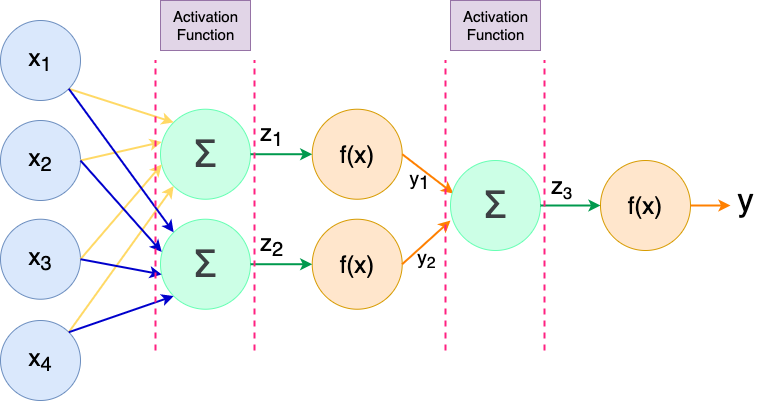
emiliohdez/NeuralNetworks_Bootcamp keeps this draw.io diagram as img/activation_function.png. Above is the earlier version. Source tidied: cells renumbered, new cells last; positions are measured from the earlier drawing's top-left corner, leaving out a move shared by most shapes.
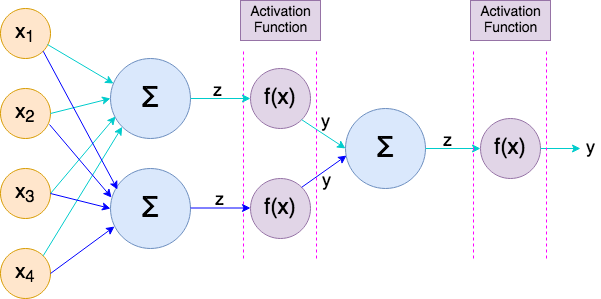
The same diagram one commit later.

Commit message:
completed activation functions

Diff of the diagram source:
```diff
@@ -2,127 +2,136 @@
   <root>
     <mxCell id="0" />
     <mxCell id="1" parent="0" />
+    <mxCell id="38" style="endArrow=none;dashed=1;html=1;strokeColor=#FF00FF;strokeWidth=1;fontSize=18;" parent="1" edge="1">
+      <mxGeometry relative="1" as="geometry">
+        <mxPoint x="243" y="300" as="sourcePoint" />
+        <mxPoint x="243" y="90" as="targetPoint" />
+      </mxGeometry>
+    </mxCell>
+    <mxCell id="39" style="endArrow=none;dashed=1;html=1;strokeColor=#FF00FF;strokeWidth=1;fontSize=18;" parent="1" edge="1">
+      <mxGeometry relative="1" as="geometry">
+        <mxPoint x="316" y="300" as="sourcePoint" />
+        <mxPoint x="316" y="90" as="targetPoint" />
+      </mxGeometry>
+    </mxCell>
+    <mxCell id="5" value="x&lt;sub&gt;1&lt;/sub&gt;" style="ellipse;whiteSpace=wrap;html=1;fontSize=20;fillColor=#ffe6cc;strokeColor=#d79b00;" parent="1" vertex="1">
+      <mxGeometry y="50" width="50" height="50" as="geometry" />
+    </mxCell>
+    <mxCell id="4" value="x&lt;sub&gt;3&lt;/sub&gt;" style="ellipse;whiteSpace=wrap;html=1;fontSize=20;fillColor=#ffe6cc;strokeColor=#d79b00;" parent="1" vertex="1">
+      <mxGeometry y="210" width="50" height="50" as="geometry" />
+    </mxCell>
+    <mxCell id="3" value="x&lt;sub&gt;4&lt;/sub&gt;" style="ellipse;whiteSpace=wrap;html=1;fontSize=20;fillColor=#ffe6cc;strokeColor=#d79b00;" parent="1" vertex="1">
+      <mxGeometry y="290" width="50" height="50" as="geometry" />
+    </mxCell>
-    <mxCell id="2" value="x&lt;span style=&quot;font-size: 24px&quot;&gt;&lt;sub&gt;2&lt;/sub&gt;&lt;/span&gt;" style="ellipse;whiteSpace=wrap;html=1;fontSize=24;fontFamily=Helvetica;fillColor=#dae8fc;strokeColor=#6c8ebf;" parent="1" vertex="1">
-      <mxGeometry y="120" width="80" height="80" as="geometry" />
+    <mxCell id="2" value="x&lt;sub&gt;2&lt;/sub&gt;" style="ellipse;whiteSpace=wrap;html=1;fontSize=20;fillColor=#ffe6cc;strokeColor=#d79b00;" parent="1" vertex="1">
+      <mxGeometry y="130" width="50" height="50" as="geometry" />
     </mxCell>
-    <mxCell id="3" value="x&lt;span style=&quot;font-size: 24px&quot;&gt;&lt;sub&gt;4&lt;/sub&gt;&lt;/span&gt;" style="ellipse;whiteSpace=wrap;html=1;fontSize=24;fontFamily=Helvetica;fillColor=#dae8fc;strokeColor=#6c8ebf;" parent="1" vertex="1">
-      <mxGeometry y="320" width="80" height="80" as="geometry" />
-    </mxCell>
-    <mxCell id="4" value="x&lt;span style=&quot;font-size: 24px&quot;&gt;&lt;sub&gt;3&lt;/sub&gt;&lt;/span&gt;" style="ellipse;whiteSpace=wrap;html=1;fontSize=24;fontFamily=Helvetica;fillColor=#dae8fc;strokeColor=#6c8ebf;" parent="1" vertex="1">
-      <mxGeometry y="218.7" width="80" height="80" as="geometry" />
-    </mxCell>
-    <mxCell id="5" value="&lt;span style=&quot;font-size: 24px&quot;&gt;x&lt;span style=&quot;font-size: 24px&quot;&gt;&lt;sub&gt;1&lt;/sub&gt;&lt;/span&gt;&lt;/span&gt;" style="ellipse;whiteSpace=wrap;html=1;fontSize=24;fontFamily=Helvetica;fillColor=#dae8fc;strokeColor=#6c8ebf;" parent="1" vertex="1">
-      <mxGeometry y="20" width="80" height="80" as="geometry" />
-    </mxCell>
-    <mxCell id="6" value="&lt;span style=&quot;color: rgb(60 , 64 , 67) ; font-family: &amp;#34;arial&amp;#34; , sans-serif ; font-size: 38px ; text-align: left ; white-space: normal ; background-color: rgb(204 , 255 , 230)&quot;&gt;Σ&lt;/span&gt;" style="ellipse;whiteSpace=wrap;html=1;fontSize=38;fillColor=#CCFFE6;strokeColor=#66FFB3;" parent="1" vertex="1">
-      <mxGeometry x="160" y="108.7" width="90" height="90" as="geometry" />
-    </mxCell>
-    <mxCell id="7" value="f(x)" style="ellipse;whiteSpace=wrap;html=1;fontSize=24;fillColor=#ffe6cc;strokeColor=#d79b00;" parent="1" vertex="1">
-      <mxGeometry x="311.7" y="108.7" width="90" height="90" as="geometry" />
-    </mxCell>
-    <mxCell id="8" style="endArrow=classic;html=1;fontFamily=Helvetica;fontSize=24;exitX=1;exitY=1;exitDx=0;exitDy=0;entryX=0;entryY=0;entryDx=0;entryDy=0;strokeColor=#FFD966;strokeWidth=2;" parent="1" edge="1" source="5" target="6">
-      <mxGeometry relative="1" as="geometry" />
-    </mxCell>
-    <mxCell id="9" style="endArrow=classic;html=1;fontFamily=Helvetica;fontSize=24;exitX=1;exitY=0;exitDx=0;exitDy=0;entryX=0;entryY=1;entryDx=0;entryDy=0;strokeColor=#FFD966;strokeWidth=2;" parent="1" edge="1" source="3" target="6">
-      <mxGeometry relative="1" as="geometry" />
-    </mxCell>
-    <mxCell id="10" style="endArrow=classic;html=1;fontFamily=Helvetica;fontSize=24;exitX=1;exitY=0.5;exitDx=0;exitDy=0;entryX=0.014;entryY=0.364;entryDx=0;entryDy=0;entryPerimeter=0;strokeColor=#FFD966;strokeWidth=2;" parent="1" edge="1" source="2" target="6">
-      <mxGeometry relative="1" as="geometry" />
-    </mxCell>
-    <mxCell id="11" style="endArrow=classic;html=1;fontFamily=Helvetica;fontSize=24;exitX=1;exitY=0.5;exitDx=0;exitDy=0;entryX=0.014;entryY=0.614;entryDx=0;entryDy=0;entryPerimeter=0;strokeColor=#FFD966;strokeWidth=2;" parent="1" edge="1" source="4" target="6">
-      <mxGeometry relative="1" as="geometry" />
-    </mxCell>
-    <mxCell id="12" style="endArrow=classic;html=1;strokeColor=#00994D;strokeWidth=2;fontFamily=Helvetica;fontSize=24;entryX=0;entryY=0.5;entryDx=0;entryDy=0;exitX=1;exitY=0.5;exitDx=0;exitDy=0;" parent="1" edge="1" source="6" target="7">
-      <mxGeometry relative="1" as="geometry" />
-    </mxCell>
-    <mxCell id="13" value="z&lt;sub&gt;1&lt;/sub&gt;" style="text;html=1;align=center;verticalAlign=middle;labelBackgroundColor=#ffffff;fontSize=24;fontFamily=Helvetica;spacingTop=-36;" parent="12" vertex="1">
-      <mxGeometry x="-0.34" y="1" relative="1" as="geometry" />
-    </mxCell>
-    <mxCell id="14" style="endArrow=classic;html=1;strokeColor=#FF8000;strokeWidth=2;fontFamily=Helvetica;fontSize=24;exitX=1;exitY=0.5;exitDx=0;exitDy=0;entryX=0.033;entryY=0.367;entryDx=0;entryDy=0;entryPerimeter=0;" parent="1" edge="1" source="7" target="26">
-      <mxGeometry relative="1" as="geometry" />
-    </mxCell>
-    <mxCell id="15" value="y&lt;sub style=&quot;font-size: 19px;&quot;&gt;1&lt;/sub&gt;" style="text;html=1;align=center;verticalAlign=middle;labelBackgroundColor=none;fontSize=19;fontFamily=Helvetica;spacingLeft=4;spacingTop=24;" parent="14" vertex="1">
-      <mxGeometry x="-0.37" y="-1" relative="1" as="geometry" />
-    </mxCell>
-    <mxCell id="16" value="&lt;span style=&quot;color: rgb(60 , 64 , 67) ; font-family: &amp;#34;arial&amp;#34; , sans-serif ; font-size: 38px ; text-align: left ; white-space: normal ; background-color: rgb(204 , 255 , 230)&quot;&gt;Σ&lt;/span&gt;" style="ellipse;whiteSpace=wrap;html=1;fontSize=38;fillColor=#CCFFE6;strokeColor=#66FFB3;" parent="1" vertex="1">
-      <mxGeometry x="160" y="218.7" width="90" height="90" as="geometry" />
-    </mxCell>
-    <mxCell id="17" value="f(x)" style="ellipse;whiteSpace=wrap;html=1;fontSize=24;fillColor=#ffe6cc;strokeColor=#d79b00;" parent="1" vertex="1">
-      <mxGeometry x="311.7" y="218.7" width="90" height="90" as="geometry" />
-    </mxCell>
-    <mxCell id="18" style="endArrow=classic;html=1;fontFamily=Helvetica;fontSize=24;exitX=1;exitY=1;exitDx=0;exitDy=0;entryX=0;entryY=0;entryDx=0;entryDy=0;strokeColor=#0000CC;strokeWidth=2;" parent="1" edge="1" source="5" target="16">
-      <mxGeometry relative="1" as="geometry" />
-    </mxCell>
-    <mxCell id="19" style="endArrow=classic;html=1;fontFamily=Helvetica;fontSize=24;exitX=1;exitY=0;exitDx=0;exitDy=0;entryX=0;entryY=1;entryDx=0;entryDy=0;strokeColor=#0000CC;strokeWidth=2;" parent="1" edge="1" source="3" target="16">
-      <mxGeometry relative="1" as="geometry" />
-    </mxCell>
-    <mxCell id="20" style="endArrow=classic;html=1;fontFamily=Helvetica;fontSize=24;exitX=1;exitY=0.5;exitDx=0;exitDy=0;entryX=0.014;entryY=0.364;entryDx=0;entryDy=0;entryPerimeter=0;strokeColor=#0000CC;strokeWidth=2;" parent="1" edge="1" source="2" target="16">
-      <mxGeometry relative="1" as="geometry" />
-    </mxCell>
-    <mxCell id="21" style="endArrow=classic;html=1;fontFamily=Helvetica;fontSize=24;exitX=1;exitY=0.5;exitDx=0;exitDy=0;entryX=0.014;entryY=0.614;entryDx=0;entryDy=0;entryPerimeter=0;strokeColor=#0000CC;strokeWidth=2;" parent="1" edge="1" source="4" target="16">
-      <mxGeometry relative="1" as="geometry" />
-    </mxCell>
-    <mxCell id="22" style="endArrow=classic;html=1;strokeColor=#00994D;strokeWidth=2;fontFamily=Helvetica;fontSize=24;entryX=0;entryY=0.5;entryDx=0;entryDy=0;exitX=1;exitY=0.5;exitDx=0;exitDy=0;" parent="1" edge="1" source="16" target="17">
-      <mxGeometry relative="1" as="geometry" />
-    </mxCell>
-    <mxCell id="23" value="z&lt;sub&gt;2&lt;/sub&gt;" style="text;html=1;align=center;verticalAlign=middle;labelBackgroundColor=#ffffff;fontSize=24;fontFamily=Helvetica;spacingTop=-37;" parent="22" vertex="1">
-      <mxGeometry x="-0.34" y="1" relative="1" as="geometry" />
-    </mxCell>
-    <mxCell id="24" style="endArrow=classic;html=1;strokeColor=#FF8000;strokeWidth=2;fontFamily=Helvetica;fontSize=24;exitX=1;exitY=0.5;exitDx=0;exitDy=0;entryX=0;entryY=0.667;entryDx=0;entryDy=0;entryPerimeter=0;" parent="1" edge="1" source="17" target="26">
-      <mxGeometry relative="1" as="geometry" />
-    </mxCell>
-    <mxCell id="25" value="y&lt;sub&gt;2&lt;/sub&gt;" style="text;html=1;align=center;verticalAlign=middle;labelBackgroundColor=none;fontSize=19;fontFamily=Helvetica;spacingLeft=3;spacingTop=27;" parent="24" vertex="1">
-      <mxGeometry x="-0.09" relative="1" as="geometry" />
-    </mxCell>
-    <mxCell id="26" value="&lt;span style=&quot;color: rgb(60 , 64 , 67) ; font-family: &amp;#34;arial&amp;#34; , sans-serif ; font-size: 38px ; text-align: left ; white-space: normal ; background-color: rgb(204 , 255 , 230)&quot;&gt;Σ&lt;/span&gt;" style="ellipse;whiteSpace=wrap;html=1;fontSize=38;fillColor=#CCFFE6;strokeColor=#66FFB3;" parent="1" vertex="1">
-      <mxGeometry x="450" y="160" width="90" height="90" as="geometry" />
-    </mxCell>
-    <mxCell id="27" value="f(x)" style="ellipse;whiteSpace=wrap;html=1;fontSize=24;fillColor=#ffe6cc;strokeColor=#d79b00;" parent="1" vertex="1">
-      <mxGeometry x="600" y="160" width="90" height="90" as="geometry" />
-    </mxCell>
-    <mxCell id="28" style="endArrow=classic;html=1;strokeColor=#00994D;strokeWidth=2;fontFamily=Helvetica;fontSize=24;entryX=0;entryY=0.5;entryDx=0;entryDy=0;exitX=1;exitY=0.5;exitDx=0;exitDy=0;" parent="1" edge="1" source="26" target="27">
-      <mxGeometry relative="1" as="geometry" />
-    </mxCell>
-    <mxCell id="29" value="z&lt;span style=&quot;font-size: 20px&quot;&gt;&lt;sub&gt;3&lt;/sub&gt;&lt;/span&gt;" style="text;html=1;align=center;verticalAlign=middle;labelBackgroundColor=#ffffff;fontSize=24;fontFamily=Helvetica;spacingTop=-36;" parent="28" vertex="1">
-      <mxGeometry x="-0.34" y="1" relative="1" as="geometry" />
-    </mxCell>
-    <mxCell id="30" style="endArrow=classic;html=1;strokeColor=#FF8000;strokeWidth=2;fontFamily=Helvetica;fontSize=24;exitX=1;exitY=0.5;exitDx=0;exitDy=0;" parent="1" edge="1" source="27">
-      <mxGeometry relative="1" as="geometry">
-        <mxPoint x="730" y="205" as="targetPoint" />
-      </mxGeometry>
-    </mxCell>
-    <mxCell id="31" value="y" style="text;html=1;align=center;verticalAlign=middle;fontSize=32;fontFamily=Helvetica;" parent="1" vertex="1">
-      <mxGeometry x="730" y="178.7" width="30" height="40" as="geometry" />
-    </mxCell>
-    <mxCell id="32" value="Activation&lt;br style=&quot;font-size: 15px;&quot;&gt;Function" style="text;html=1;align=center;verticalAlign=middle;fontSize=15;fontFamily=Helvetica;fillColor=#e1d5e7;strokeColor=#9673a6;spacingTop=0;spacing=4;" parent="1" vertex="1">
-      <mxGeometry x="160" width="90" height="50" as="geometry" />
-    </mxCell>
-    <mxCell id="33" style="endArrow=none;dashed=1;html=1;strokeColor=#FF2181;strokeWidth=2;fontFamily=Helvetica;fontSize=17;" parent="1" edge="1">
-      <mxGeometry relative="1" as="geometry">
-        <mxPoint x="155" y="350" as="sourcePoint" />
-        <mxPoint x="155" y="60" as="targetPoint" />
-      </mxGeometry>
-    </mxCell>
-    <mxCell id="34" style="endArrow=none;dashed=1;html=1;strokeColor=#FF2181;strokeWidth=2;fontFamily=Helvetica;fontSize=17;" parent="1" edge="1">
-      <mxGeometry relative="1" as="geometry">
-        <mxPoint x="254" y="350" as="sourcePoint" />
-        <mxPoint x="254" y="60" as="targetPoint" />
-      </mxGeometry>
-    </mxCell>
-    <mxCell id="35" style="endArrow=none;dashed=1;html=1;strokeColor=#FF2181;strokeWidth=2;fontFamily=Helvetica;fontSize=17;" parent="1" edge="1">
-      <mxGeometry relative="1" as="geometry">
-        <mxPoint x="445" y="350" as="sourcePoint" />
-        <mxPoint x="445" y="60" as="targetPoint" />
-      </mxGeometry>
-    </mxCell>
-    <mxCell id="36" style="endArrow=none;dashed=1;html=1;strokeColor=#FF2181;strokeWidth=2;fontFamily=Helvetica;fontSize=17;" parent="1" edge="1">
-      <mxGeometry relative="1" as="geometry">
-        <mxPoint x="544" y="350" as="sourcePoint" />
-        <mxPoint x="544" y="60" as="targetPoint" />
-      </mxGeometry>
-    </mxCell>
-    <mxCell id="37" value="Activation&lt;br style=&quot;font-size: 15px;&quot;&gt;Function" style="text;html=1;align=center;verticalAlign=middle;fontSize=15;fontFamily=Helvetica;fillColor=#e1d5e7;strokeColor=#9673a6;spacingTop=0;spacing=4;" parent="1" vertex="1">
-      <mxGeometry x="450" width="90" height="50" as="geometry" />
-    </mxCell>
+    <mxCell id="40" value="&lt;span class=&quot;st&quot; style=&quot;font-size: 29px;&quot;&gt;Σ&lt;/span&gt;" style="ellipse;whiteSpace=wrap;html=1;fontSize=29;fillColor=#dae8fc;strokeColor=#6c8ebf;" parent="1" vertex="1">
+      <mxGeometry x="110" y="100" width="80" height="80" as="geometry" />
+    </mxCell>
+    <mxCell id="41" value="&lt;span class=&quot;st&quot; style=&quot;font-size: 29px;&quot;&gt;Σ&lt;/span&gt;" style="ellipse;whiteSpace=wrap;html=1;fontSize=29;fillColor=#dae8fc;strokeColor=#6c8ebf;" parent="1" vertex="1">
+      <mxGeometry x="110" y="210" width="80" height="80" as="geometry" />
+    </mxCell>
+    <mxCell id="42" value="f(x)" style="ellipse;whiteSpace=wrap;html=1;fontSize=22;fillColor=#e1d5e7;strokeColor=#9673a6;" parent="1" vertex="1">
+      <mxGeometry x="250" y="110" width="60" height="60" as="geometry" />
+    </mxCell>
+    <mxCell id="43" value="f(x)" style="ellipse;whiteSpace=wrap;html=1;fontSize=22;fillColor=#e1d5e7;strokeColor=#9673a6;" parent="1" vertex="1">
+      <mxGeometry x="250" y="220" width="60" height="60" as="geometry" />
+    </mxCell>
+    <mxCell id="44" style="endArrow=classic;html=1;fontSize=22;exitX=0.94;exitY=0.72;exitDx=0;exitDy=0;exitPerimeter=0;entryX=0.038;entryY=0.313;entryDx=0;entryDy=0;entryPerimeter=0;strokeWidth=1;strokeColor=#00CCCC;" parent="1" edge="1" source="5" target="40">
+      <mxGeometry relative="1" as="geometry" />
+    </mxCell>
+    <mxCell id="45" style="endArrow=classic;html=1;fontSize=22;exitX=1;exitY=0.5;exitDx=0;exitDy=0;entryX=0;entryY=0.5;entryDx=0;entryDy=0;strokeWidth=1;strokeColor=#00CCCC;" parent="1" edge="1" source="2" target="40">
+      <mxGeometry relative="1" as="geometry" />
+    </mxCell>
+    <mxCell id="46" style="endArrow=classic;html=1;fontSize=22;exitX=1;exitY=0.5;exitDx=0;exitDy=0;entryX=0.063;entryY=0.725;entryDx=0;entryDy=0;entryPerimeter=0;strokeWidth=1;strokeColor=#00CCCC;" parent="1" edge="1" source="4" target="40">
+      <mxGeometry relative="1" as="geometry" />
+    </mxCell>
+    <mxCell id="47" style="endArrow=classic;html=1;fontSize=22;exitX=1;exitY=0;exitDx=0;exitDy=0;entryX=0;entryY=1;entryDx=0;entryDy=0;strokeWidth=1;strokeColor=#00CCCC;" parent="1" edge="1" source="3" target="40">
+      <mxGeometry relative="1" as="geometry" />
+    </mxCell>
+    <mxCell id="48" style="endArrow=classic;html=1;fontSize=22;exitX=1;exitY=1;exitDx=0;exitDy=0;entryX=0.088;entryY=0.263;entryDx=0;entryDy=0;entryPerimeter=0;strokeWidth=1;strokeColor=#0000FF;" parent="1" edge="1" source="5" target="41">
+      <mxGeometry relative="1" as="geometry" />
+    </mxCell>
+    <mxCell id="49" style="endArrow=classic;html=1;fontSize=22;exitX=0.98;exitY=0.72;exitDx=0;exitDy=0;entryX=0.013;entryY=0.363;entryDx=0;entryDy=0;strokeWidth=1;strokeColor=#0000FF;exitPerimeter=0;entryPerimeter=0;" parent="1" edge="1" source="2" target="41">
+      <mxGeometry relative="1" as="geometry" />
+    </mxCell>
+    <mxCell id="50" style="endArrow=classic;html=1;fontSize=22;exitX=1;exitY=0.5;exitDx=0;exitDy=0;entryX=0;entryY=0.5;entryDx=0;entryDy=0;strokeWidth=1;strokeColor=#0000FF;" parent="1" edge="1" source="4" target="41">
+      <mxGeometry relative="1" as="geometry" />
+    </mxCell>
+    <mxCell id="51" style="endArrow=classic;html=1;fontSize=22;entryX=0.05;entryY=0.725;entryDx=0;entryDy=0;strokeWidth=1;strokeColor=#0000FF;exitX=1;exitY=0.5;exitDx=0;exitDy=0;entryPerimeter=0;" parent="1" edge="1" source="3" target="41">
+      <mxGeometry relative="1" as="geometry" />
+    </mxCell>
+    <mxCell id="52" style="endArrow=classic;html=1;strokeColor=#00CCCC;strokeWidth=1;fontSize=22;exitX=1;exitY=0.5;exitDx=0;exitDy=0;entryX=0;entryY=0.5;entryDx=0;entryDy=0;" parent="1" edge="1" source="40" target="42">
+      <mxGeometry relative="1" as="geometry" />
+    </mxCell>
+    <mxCell id="53" value="z" style="text;html=1;align=center;verticalAlign=middle;labelBackgroundColor=none;fontSize=18;spacingTop=-12;" parent="52" vertex="1">
+      <mxGeometry x="-0.13" y="2" relative="1" as="geometry" />
+    </mxCell>
+    <mxCell id="54" style="endArrow=classic;html=1;strokeColor=#0000FF;strokeWidth=1;fontSize=22;exitX=1;exitY=0.5;exitDx=0;exitDy=0;entryX=0;entryY=0.5;entryDx=0;entryDy=0;" parent="1" edge="1">
+      <mxGeometry relative="1" as="geometry">
+        <mxPoint x="190" y="249.5" as="sourcePoint" />
+        <mxPoint x="250" y="249.5" as="targetPoint" />
+      </mxGeometry>
+    </mxCell>
+    <mxCell id="55" value="z" style="text;html=1;align=center;verticalAlign=middle;labelBackgroundColor=none;fontSize=18;spacingTop=-12;" parent="54" vertex="1">
+      <mxGeometry x="-0.07" y="3" relative="1" as="geometry">
+        <mxPoint y="1" as="offset" />
+      </mxGeometry>
+    </mxCell>
+    <mxCell id="56" value="&lt;span class=&quot;st&quot; style=&quot;font-size: 29px;&quot;&gt;Σ&lt;/span&gt;" style="ellipse;whiteSpace=wrap;html=1;fontSize=29;fillColor=#dae8fc;strokeColor=#6c8ebf;" parent="1" vertex="1">
+      <mxGeometry x="345" y="150" width="80" height="80" as="geometry" />
+    </mxCell>
+    <mxCell id="57" style="endArrow=classic;html=1;strokeColor=#00CCCC;strokeWidth=1;fontSize=18;exitX=1;exitY=1;exitDx=0;exitDy=0;entryX=0;entryY=0.5;entryDx=0;entryDy=0;" parent="1" edge="1" source="42" target="56">
+      <mxGeometry relative="1" as="geometry" />
+    </mxCell>
+    <mxCell id="58" value="y" style="text;html=1;align=center;verticalAlign=middle;labelBackgroundColor=none;fontSize=18;spacingTop=-12;spacingLeft=10;" parent="57" vertex="1">
+      <mxGeometry x="-0.25" y="2" relative="1" as="geometry">
+        <mxPoint y="-1" as="offset" />
+      </mxGeometry>
+    </mxCell>
+    <mxCell id="59" style="endArrow=classic;html=1;strokeColor=#0000FF;strokeWidth=1;fontSize=18;exitX=1;exitY=0;exitDx=0;exitDy=0;entryX=0.013;entryY=0.588;entryDx=0;entryDy=0;entryPerimeter=0;" parent="1" edge="1" source="43" target="56">
+      <mxGeometry relative="1" as="geometry" />
+    </mxCell>
+    <mxCell id="60" value="y" style="text;html=1;align=center;verticalAlign=middle;labelBackgroundColor=none;fontSize=18;spacingTop=-12;spacingLeft=10;" parent="1" vertex="1">
+      <mxGeometry x="320" y="230" as="geometry">
+        <mxPoint y="-1" as="offset" />
+      </mxGeometry>
+    </mxCell>
+    <mxCell id="61" value="f(x)" style="ellipse;whiteSpace=wrap;html=1;fontSize=22;fillColor=#e1d5e7;strokeColor=#9673a6;" parent="1" vertex="1">
+      <mxGeometry x="480" y="160" width="60" height="60" as="geometry" />
+    </mxCell>
+    <mxCell id="62" style="endArrow=classic;html=1;strokeColor=#00CCCC;strokeWidth=1;fontSize=18;entryX=0;entryY=0.5;entryDx=0;entryDy=0;exitX=1;exitY=0.5;exitDx=0;exitDy=0;" parent="1" edge="1" source="56" target="61">
+      <mxGeometry relative="1" as="geometry" />
+    </mxCell>
+    <mxCell id="63" value="z" style="text;html=1;align=center;verticalAlign=middle;labelBackgroundColor=none;fontSize=18;spacingTop=-12;" parent="62" vertex="1">
+      <mxGeometry x="-0.24" y="2" relative="1" as="geometry" />
+    </mxCell>
+    <mxCell id="64" style="endArrow=classic;html=1;strokeColor=#00CCCC;strokeWidth=1;fontSize=18;exitX=1;exitY=0.5;exitDx=0;exitDy=0;" parent="1" edge="1" source="61">
+      <mxGeometry relative="1" as="geometry">
+        <mxPoint x="580" y="190" as="targetPoint" />
+      </mxGeometry>
+    </mxCell>
+    <mxCell id="65" value="y" style="text;html=1;align=center;verticalAlign=middle;fontSize=18;" parent="1" vertex="1">
+      <mxGeometry x="580" y="175" width="20" height="30" as="geometry" />
+    </mxCell>
+    <mxCell id="66" style="endArrow=none;dashed=1;html=1;strokeColor=#FF00FF;strokeWidth=1;fontSize=18;" parent="1" edge="1">
+      <mxGeometry relative="1" as="geometry">
+        <mxPoint x="473" y="300" as="sourcePoint" />
+        <mxPoint x="473" y="90" as="targetPoint" />
+      </mxGeometry>
+    </mxCell>
+    <mxCell id="67" style="endArrow=none;dashed=1;html=1;strokeColor=#FF00FF;strokeWidth=1;fontSize=18;" parent="1" edge="1">
+      <mxGeometry relative="1" as="geometry">
+        <mxPoint x="546" y="300" as="sourcePoint" />
+        <mxPoint x="546" y="90" as="targetPoint" />
+      </mxGeometry>
+    </mxCell>
+    <mxCell id="68" value="&lt;div style=&quot;font-size: 14px;&quot;&gt;Activation&lt;/div&gt;&lt;div style=&quot;font-size: 14px;&quot;&gt;Function&lt;br style=&quot;font-size: 14px;&quot;&gt;&lt;/div&gt;" style="text;html=1;align=center;verticalAlign=middle;fontSize=14;fillColor=#e1d5e7;strokeColor=#9673a6;" parent="1" vertex="1">
+      <mxGeometry x="240" y="42" width="80" height="40" as="geometry" />
+    </mxCell>
+    <mxCell id="69" value="&lt;div style=&quot;font-size: 14px;&quot;&gt;Activation&lt;/div&gt;&lt;div style=&quot;font-size: 14px;&quot;&gt;Function&lt;br style=&quot;font-size: 14px;&quot;&gt;&lt;/div&gt;" style="text;html=1;align=center;verticalAlign=middle;fontSize=14;fillColor=#e1d5e7;strokeColor=#9673a6;" parent="1" vertex="1">
+      <mxGeometry x="470" y="42" width="80" height="40" as="geometry" />
+    </mxCell>
   </root>
 </mxGraphModel>
```
